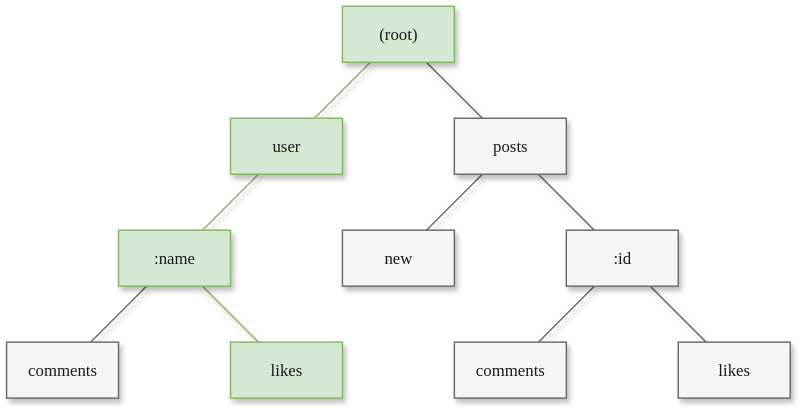
Earlier version of the draw.io export assets/tree.svg (wilaak/radix-router). Source tidied: cells renumbered, new cells last; positions are measured from the earlier drawing's top-left corner, leaving out a move shared by most shapes.
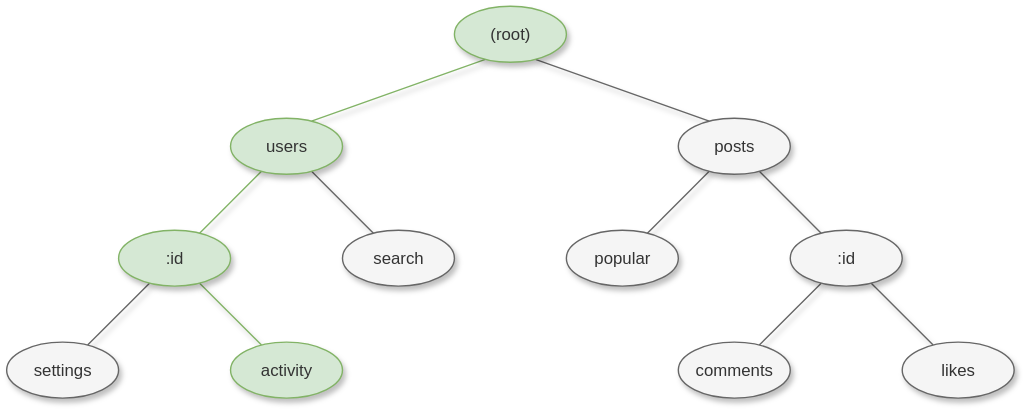
Later version of the same file.

What changed in the source:
```diff
@@ -2,62 +2,68 @@
   <root>
     <mxCell id="0" />
     <mxCell id="1" parent="0" />
+    <mxCell id="4" style="endArrow=none;html=1;rounded=0;exitX=0.75;exitY=0;exitDx=0;exitDy=0;entryX=0.25;entryY=1;entryDx=0;entryDy=0;shadow=1;labelBorderColor=none;labelBackgroundColor=none;fontColor=#333333;convertToSvg=0;spacingTop=0;fillColor=#f5f5f5;strokeColor=#666666;fontStyle=0;fontFamily=Helvetica;strokeWidth=1;fontSize=12;verticalAlign=middle;align=center;textShadow=0;" parent="1" edge="1" source="16" target="13">
+      <mxGeometry relative="1" as="geometry" />
+    </mxCell>
+    <mxCell id="7" style="endArrow=none;html=1;rounded=0;exitX=0.75;exitY=0;exitDx=0;exitDy=0;entryX=0.25;entryY=1;entryDx=0;entryDy=0;shadow=1;labelBorderColor=none;labelBackgroundColor=none;fontColor=#333333;convertToSvg=0;spacingTop=0;fillColor=#f5f5f5;strokeColor=#666666;fontStyle=0;fontFamily=Helvetica;strokeWidth=1;fontSize=12;verticalAlign=middle;align=center;textShadow=0;" parent="1" edge="1" source="18" target="17">
+      <mxGeometry relative="1" as="geometry" />
+    </mxCell>
+    <mxCell id="6" style="endArrow=none;html=1;rounded=0;exitX=0.25;exitY=0;exitDx=0;exitDy=0;entryX=0.75;entryY=1;entryDx=0;entryDy=0;shadow=1;labelBorderColor=none;labelBackgroundColor=none;fontColor=#333333;convertToSvg=0;spacingTop=0;fillColor=#f5f5f5;strokeColor=#666666;fontStyle=0;fontFamily=Helvetica;strokeWidth=1;fontSize=12;verticalAlign=middle;align=center;textShadow=0;" parent="1" edge="1" source="19" target="17">
+      <mxGeometry relative="1" as="geometry" />
+    </mxCell>
+    <mxCell id="21" style="endArrow=none;html=1;rounded=0;exitX=0.25;exitY=0;exitDx=0;exitDy=0;entryX=0.75;entryY=1;entryDx=0;entryDy=0;shadow=1;labelBorderColor=none;labelBackgroundColor=none;fontColor=#333333;convertToSvg=0;spacingTop=0;fillColor=#f5f5f5;strokeColor=#666666;fontStyle=0;fontFamily=Helvetica;strokeWidth=1;fontSize=12;verticalAlign=middle;align=center;textShadow=0;" parent="1" edge="1" source="22" target="12">
+      <mxGeometry relative="1" as="geometry" />
+    </mxCell>
-    <mxCell id="2" style="endArrow=none;html=1;rounded=0;exitX=0.75;exitY=0;exitDx=0;exitDy=0;entryX=0.25;entryY=1;entryDx=0;entryDy=0;fillColor=#f5f5f5;strokeColor=#666666;shadow=1;labelBorderColor=none;labelBackgroundColor=none;fontColor=#1A1A1A;convertToSvg=0;spacingTop=0;" parent="1" edge="1" source="15" target="14">
+    <mxCell id="2" style="endArrow=none;html=1;rounded=0;exitX=0.75;exitY=0;exitDx=0;exitDy=0;entryX=0.25;entryY=1;entryDx=0;entryDy=0;fillColor=#f5f5f5;strokeColor=#666666;shadow=1;labelBorderColor=none;labelBackgroundColor=none;fontColor=#333333;convertToSvg=0;spacingTop=0;fontStyle=0;fontFamily=Helvetica;strokeWidth=1;fontSize=12;verticalAlign=middle;align=center;textShadow=0;" parent="1" edge="1" source="15" target="14">
       <mxGeometry relative="1" as="geometry" />
     </mxCell>
-    <mxCell id="3" style="endArrow=none;html=1;rounded=0;exitX=0.75;exitY=0;exitDx=0;exitDy=0;entryX=0.25;entryY=1;entryDx=0;entryDy=0;fillColor=#d5e8d4;strokeColor=#82b366;shadow=1;labelBorderColor=none;labelBackgroundColor=none;fontColor=#1A1A1A;convertToSvg=0;spacingTop=0;" parent="1" edge="1" source="14" target="12">
+    <mxCell id="3" style="endArrow=none;html=1;rounded=0;exitX=0.75;exitY=0;exitDx=0;exitDy=0;entryX=0.25;entryY=1;entryDx=0;entryDy=0;fillColor=#d5e8d4;strokeColor=#82b366;shadow=1;labelBorderColor=none;labelBackgroundColor=none;fontColor=#333333;convertToSvg=0;spacingTop=0;fontStyle=0;fontFamily=Helvetica;strokeWidth=1;fontSize=12;verticalAlign=middle;align=center;textShadow=0;" parent="1" edge="1" source="14" target="12">
       <mxGeometry relative="1" as="geometry" />
     </mxCell>
-    <mxCell id="4" style="endArrow=none;html=1;rounded=0;exitX=0.75;exitY=0;exitDx=0;exitDy=0;entryX=0.25;entryY=1;entryDx=0;entryDy=0;shadow=1;labelBorderColor=none;labelBackgroundColor=none;fontColor=#1A1A1A;convertToSvg=0;spacingTop=0;fillColor=#f5f5f5;strokeColor=#666666;" parent="1" edge="1" source="16" target="13">
-      <mxGeometry relative="1" as="geometry" />
-    </mxCell>
-    <mxCell id="5" style="endArrow=none;html=1;rounded=0;exitX=0.25;exitY=0;exitDx=0;exitDy=0;fillColor=#d5e8d4;strokeColor=#82b366;shadow=1;labelBorderColor=none;labelBackgroundColor=none;fontColor=#1A1A1A;convertToSvg=0;spacingTop=0;strokeWidth=1;" parent="1" edge="1" source="20" target="14">
+    <mxCell id="5" style="endArrow=none;html=1;rounded=0;fillColor=#d5e8d4;strokeColor=#82b366;shadow=1;labelBorderColor=none;labelBackgroundColor=none;fontColor=#333333;convertToSvg=0;spacingTop=0;strokeWidth=1;fontStyle=0;fontFamily=Helvetica;fontSize=12;verticalAlign=middle;align=center;exitX=0.25;exitY=0;exitDx=0;exitDy=0;textShadow=0;" parent="1" edge="1" source="23" target="14">
       <mxGeometry relative="1" as="geometry" />
     </mxCell>
-    <mxCell id="6" style="endArrow=none;html=1;rounded=0;exitX=0.25;exitY=0;exitDx=0;exitDy=0;entryX=0.75;entryY=1;entryDx=0;entryDy=0;shadow=1;labelBorderColor=none;labelBackgroundColor=none;fontColor=#1A1A1A;convertToSvg=0;spacingTop=0;fillColor=#f5f5f5;strokeColor=#666666;" parent="1" edge="1" source="19" target="17">
-      <mxGeometry relative="1" as="geometry" />
-    </mxCell>
-    <mxCell id="7" style="endArrow=none;html=1;rounded=0;exitX=0.75;exitY=0;exitDx=0;exitDy=0;entryX=0.25;entryY=1;entryDx=0;entryDy=0;shadow=1;labelBorderColor=none;labelBackgroundColor=none;fontColor=#1A1A1A;convertToSvg=0;spacingTop=0;fillColor=#f5f5f5;strokeColor=#666666;" parent="1" edge="1" source="18" target="17">
-      <mxGeometry relative="1" as="geometry" />
-    </mxCell>
-    <mxCell id="8" style="endArrow=none;html=1;rounded=0;exitX=0.25;exitY=0;exitDx=0;exitDy=0;entryX=0.75;entryY=1;entryDx=0;entryDy=0;shadow=1;labelBorderColor=none;labelBackgroundColor=none;fontColor=#1A1A1A;convertToSvg=0;spacingTop=0;fillColor=#f5f5f5;strokeColor=#666666;" parent="1" edge="1" source="17" target="13">
+    <mxCell id="8" style="endArrow=none;html=1;rounded=0;exitX=0.25;exitY=0;exitDx=0;exitDy=0;entryX=0.75;entryY=1;entryDx=0;entryDy=0;shadow=1;labelBorderColor=none;labelBackgroundColor=none;fontColor=#333333;convertToSvg=0;spacingTop=0;fillColor=#f5f5f5;strokeColor=#666666;fontStyle=0;fontFamily=Helvetica;strokeWidth=1;fontSize=12;verticalAlign=middle;align=center;textShadow=0;" parent="1" edge="1" source="17" target="13">
       <mxGeometry relative="1" as="geometry" />
     </mxCell>
-    <mxCell id="9" style="endArrow=none;html=1;rounded=0;exitX=0.25;exitY=0;exitDx=0;exitDy=0;entryX=0.75;entryY=1;entryDx=0;entryDy=0;fillColor=#f5f5f5;strokeColor=#666666;shadow=1;labelBorderColor=none;labelBackgroundColor=none;fontColor=#1A1A1A;convertToSvg=0;spacingTop=0;" parent="1" edge="1" source="13" target="11">
+    <mxCell id="9" style="endArrow=none;html=1;rounded=0;exitX=0.25;exitY=0;exitDx=0;exitDy=0;entryX=0.75;entryY=1;entryDx=0;entryDy=0;fillColor=#f5f5f5;strokeColor=#666666;shadow=1;labelBorderColor=none;labelBackgroundColor=none;fontColor=#333333;convertToSvg=0;spacingTop=0;fontStyle=0;fontFamily=Helvetica;strokeWidth=1;fontSize=12;verticalAlign=middle;align=center;textShadow=0;" parent="1" edge="1" source="13" target="11">
       <mxGeometry relative="1" as="geometry" />
     </mxCell>
-    <mxCell id="10" style="endArrow=none;html=1;rounded=0;entryX=0.25;entryY=1;entryDx=0;entryDy=0;exitX=0.75;exitY=0;exitDx=0;exitDy=0;fillColor=#d5e8d4;strokeColor=#82b366;endFill=0;startArrow=none;startFill=0;shadow=1;labelBorderColor=none;labelBackgroundColor=none;fontColor=#1A1A1A;convertToSvg=0;spacingTop=0;strokeWidth=1;" parent="1" edge="1" source="12" target="11">
+    <mxCell id="10" style="endArrow=none;html=1;rounded=0;entryX=0.25;entryY=1;entryDx=0;entryDy=0;exitX=0.75;exitY=0;exitDx=0;exitDy=0;fillColor=#d5e8d4;strokeColor=#82b366;endFill=0;startArrow=none;startFill=0;shadow=1;labelBorderColor=none;labelBackgroundColor=none;fontColor=#333333;convertToSvg=0;spacingTop=0;strokeWidth=1;fontStyle=0;fontFamily=Helvetica;fontSize=12;verticalAlign=middle;align=center;textShadow=0;" parent="1" edge="1" source="12" target="11">
       <mxGeometry relative="1" as="geometry" />
     </mxCell>
-    <mxCell id="11" value="(root)" style="whiteSpace=wrap;html=1;rounded=0;shadow=1;labelBackgroundColor=none;strokeWidth=1;fontFamily=Verdana;fontSize=12;align=center;fillColor=#d5e8d4;strokeColor=#82b366;glass=0;labelBorderColor=none;fontColor=#1A1A1A;convertToSvg=0;spacingTop=0;" parent="1" vertex="1">
-      <mxGeometry x="240" width="80" height="40" as="geometry" />
+    <mxCell id="11" value="(root)" style="whiteSpace=wrap;html=1;rounded=0;shadow=1;labelBackgroundColor=none;strokeWidth=1;fontFamily=Helvetica;fontSize=12;align=center;fillColor=#d5e8d4;strokeColor=#82b366;glass=0;labelBorderColor=none;fontColor=#333333;convertToSvg=0;spacingTop=0;shape=ellipse;fontStyle=0;verticalAlign=middle;perimeter=ellipsePerimeter;textShadow=0;" parent="1" vertex="1">
+      <mxGeometry x="160" width="80" height="40" as="geometry" />
     </mxCell>
-    <mxCell id="12" value="user" style="whiteSpace=wrap;html=1;rounded=0;shadow=1;labelBackgroundColor=none;strokeWidth=1;fontFamily=Verdana;fontSize=12;align=center;fillColor=#d5e8d4;strokeColor=#82b366;glass=0;labelBorderColor=none;fontColor=#1A1A1A;convertToSvg=0;spacingTop=0;" parent="1" vertex="1">
-      <mxGeometry x="160" y="80" width="80" height="40" as="geometry" />
+    <mxCell id="12" value="users" style="whiteSpace=wrap;html=1;rounded=0;shadow=1;labelBackgroundColor=none;strokeWidth=1;fontFamily=Helvetica;fontSize=12;align=center;fillColor=#d5e8d4;strokeColor=#82b366;glass=0;labelBorderColor=none;fontColor=#333333;convertToSvg=0;spacingTop=0;shape=ellipse;fontStyle=0;verticalAlign=middle;perimeter=ellipsePerimeter;textShadow=0;" parent="1" vertex="1">
+      <mxGeometry y="80" width="80" height="40" as="geometry" />
     </mxCell>
-    <mxCell id="13" value="posts" style="whiteSpace=wrap;html=1;rounded=0;shadow=1;labelBackgroundColor=none;strokeWidth=1;fontFamily=Verdana;fontSize=12;align=center;glass=0;labelBorderColor=none;convertToSvg=0;spacingTop=0;fillColor=#f5f5f5;fontColor=#1A1A1A;strokeColor=#666666;" parent="1" vertex="1">
+    <mxCell id="13" value="posts" style="whiteSpace=wrap;html=1;rounded=0;shadow=1;labelBackgroundColor=none;strokeWidth=1;fontFamily=Helvetica;fontSize=12;align=center;glass=0;labelBorderColor=none;convertToSvg=0;spacingTop=0;fillColor=#f5f5f5;fontColor=#333333;strokeColor=#666666;shape=ellipse;fontStyle=0;verticalAlign=middle;perimeter=ellipsePerimeter;textShadow=0;" parent="1" vertex="1">
       <mxGeometry x="320" y="80" width="80" height="40" as="geometry" />
     </mxCell>
-    <mxCell id="14" value=":name" style="whiteSpace=wrap;html=1;rounded=0;shadow=1;labelBackgroundColor=none;strokeWidth=1;fontFamily=Verdana;fontSize=12;align=center;fillColor=#d5e8d4;strokeColor=#82b366;glass=0;labelBorderColor=none;fontColor=#1A1A1A;convertToSvg=0;spacingTop=0;" parent="1" vertex="1">
-      <mxGeometry x="80" y="160" width="80" height="40" as="geometry" />
+    <mxCell id="14" value=":id" style="whiteSpace=wrap;html=1;rounded=0;shadow=1;labelBackgroundColor=none;strokeWidth=1;fontFamily=Helvetica;fontSize=12;align=center;fillColor=#d5e8d4;strokeColor=#82b366;glass=0;labelBorderColor=none;fontColor=#333333;convertToSvg=0;spacingTop=0;shape=ellipse;fontStyle=0;verticalAlign=middle;perimeter=ellipsePerimeter;textShadow=0;" parent="1" vertex="1">
+      <mxGeometry x="-80" y="160" width="80" height="40" as="geometry" />
     </mxCell>
-    <mxCell id="15" value="comments" style="whiteSpace=wrap;html=1;rounded=0;shadow=1;labelBackgroundColor=none;strokeWidth=1;fontFamily=Verdana;fontSize=12;align=center;fillColor=#f5f5f5;strokeColor=#666666;glass=0;labelBorderColor=none;convertToSvg=0;spacingTop=0;fontColor=#1A1A1A;" parent="1" vertex="1">
-      <mxGeometry y="240" width="80" height="40" as="geometry" />
+    <mxCell id="15" value="settings" style="whiteSpace=wrap;html=1;rounded=0;shadow=1;labelBackgroundColor=none;strokeWidth=1;fontFamily=Helvetica;fontSize=12;align=center;fillColor=#f5f5f5;strokeColor=#666666;glass=0;labelBorderColor=none;convertToSvg=0;spacingTop=0;fontColor=#333333;shape=ellipse;fontStyle=0;verticalAlign=middle;perimeter=ellipsePerimeter;textShadow=0;" parent="1" vertex="1">
+      <mxGeometry x="-160" y="240" width="80" height="40" as="geometry" />
     </mxCell>
-    <mxCell id="16" value="new" style="whiteSpace=wrap;html=1;rounded=0;shadow=1;labelBackgroundColor=none;strokeWidth=1;fontFamily=Verdana;fontSize=12;align=center;fillColor=#f5f5f5;strokeColor=#666666;glass=0;labelBorderColor=none;convertToSvg=0;spacingTop=0;fontColor=#1A1A1A;" parent="1" vertex="1">
+    <mxCell id="16" value="popular" style="whiteSpace=wrap;html=1;rounded=0;shadow=1;labelBackgroundColor=none;strokeWidth=1;fontFamily=Helvetica;fontSize=12;align=center;fillColor=#f5f5f5;strokeColor=#666666;glass=0;labelBorderColor=none;convertToSvg=0;spacingTop=0;fontColor=#333333;shape=ellipse;fontStyle=0;verticalAlign=middle;perimeter=ellipsePerimeter;textShadow=0;" parent="1" vertex="1">
       <mxGeometry x="240" y="160" width="80" height="40" as="geometry" />
     </mxCell>
-    <mxCell id="17" value=":id" style="whiteSpace=wrap;html=1;rounded=0;shadow=1;labelBackgroundColor=none;strokeWidth=1;fontFamily=Verdana;fontSize=12;align=center;glass=0;labelBorderColor=none;convertToSvg=0;spacingTop=0;fillColor=#f5f5f5;fontColor=#1A1A1A;strokeColor=#666666;" parent="1" vertex="1">
+    <mxCell id="17" value=":id" style="whiteSpace=wrap;html=1;rounded=0;shadow=1;labelBackgroundColor=none;strokeWidth=1;fontFamily=Helvetica;fontSize=12;align=center;glass=0;labelBorderColor=none;convertToSvg=0;spacingTop=0;fillColor=#f5f5f5;fontColor=#333333;strokeColor=#666666;shape=ellipse;fontStyle=0;verticalAlign=middle;perimeter=ellipsePerimeter;textShadow=0;" parent="1" vertex="1">
       <mxGeometry x="400" y="160" width="80" height="40" as="geometry" />
     </mxCell>
-    <mxCell id="18" value="comments" style="whiteSpace=wrap;html=1;rounded=0;shadow=1;labelBackgroundColor=none;strokeWidth=1;fontFamily=Verdana;fontSize=12;align=center;glass=0;labelBorderColor=none;convertToSvg=0;spacingTop=0;fillColor=#f5f5f5;fontColor=#1A1A1A;strokeColor=#666666;" parent="1" vertex="1">
+    <mxCell id="18" value="comments" style="whiteSpace=wrap;html=1;rounded=0;shadow=1;labelBackgroundColor=none;strokeWidth=1;fontFamily=Helvetica;fontSize=12;align=center;glass=0;labelBorderColor=none;convertToSvg=0;spacingTop=0;fillColor=#f5f5f5;fontColor=#333333;strokeColor=#666666;shape=ellipse;fontStyle=0;verticalAlign=middle;perimeter=ellipsePerimeter;textShadow=0;" parent="1" vertex="1">
       <mxGeometry x="320" y="240" width="80" height="40" as="geometry" />
     </mxCell>
-    <mxCell id="19" value="likes" style="whiteSpace=wrap;html=1;rounded=0;shadow=1;labelBackgroundColor=none;strokeWidth=1;fontFamily=Verdana;fontSize=12;align=center;glass=0;labelBorderColor=none;convertToSvg=0;spacingTop=0;fillColor=#f5f5f5;fontColor=#1A1A1A;strokeColor=#666666;" parent="1" vertex="1">
+    <mxCell id="19" value="likes" style="whiteSpace=wrap;html=1;rounded=0;shadow=1;labelBackgroundColor=none;strokeWidth=1;fontFamily=Helvetica;fontSize=12;align=center;glass=0;labelBorderColor=none;convertToSvg=0;spacingTop=0;fillColor=#f5f5f5;fontColor=#333333;strokeColor=#666666;shape=ellipse;fontStyle=0;verticalAlign=middle;perimeter=ellipsePerimeter;textShadow=0;" parent="1" vertex="1">
       <mxGeometry x="480" y="240" width="80" height="40" as="geometry" />
     </mxCell>
-    <mxCell id="20" value="likes" style="whiteSpace=wrap;html=1;rounded=0;shadow=1;labelBackgroundColor=none;strokeWidth=1;fontFamily=Verdana;fontSize=12;align=center;fillColor=#d5e8d4;strokeColor=#82b366;glass=0;labelBorderColor=none;fontColor=#1A1A1A;convertToSvg=0;spacingTop=0;" parent="1" vertex="1">
-      <mxGeometry x="160" y="240" width="80" height="40" as="geometry" />
-    </mxCell>
+    <mxCell id="22" value="search" style="whiteSpace=wrap;html=1;rounded=0;shadow=1;labelBackgroundColor=none;strokeWidth=1;fontFamily=Helvetica;fontSize=12;align=center;fillColor=#f5f5f5;strokeColor=#666666;glass=0;labelBorderColor=none;convertToSvg=0;spacingTop=0;fontColor=#333333;shape=ellipse;fontStyle=0;verticalAlign=middle;perimeter=ellipsePerimeter;textShadow=0;" parent="1" vertex="1">
+      <mxGeometry x="80" y="160" width="80" height="40" as="geometry" />
+    </mxCell>
+    <mxCell id="23" value="activity" style="whiteSpace=wrap;html=1;rounded=0;shadow=1;labelBackgroundColor=none;strokeWidth=1;fontFamily=Helvetica;fontSize=12;align=center;fillColor=#d5e8d4;strokeColor=#82b366;glass=0;labelBorderColor=none;fontColor=#333333;convertToSvg=0;spacingTop=0;shape=ellipse;fontStyle=0;verticalAlign=middle;perimeter=ellipsePerimeter;textShadow=0;" parent="1" vertex="1">
+      <mxGeometry y="240" width="80" height="40" as="geometry" />
+    </mxCell>
   </root>
 </mxGraphModel>
```
